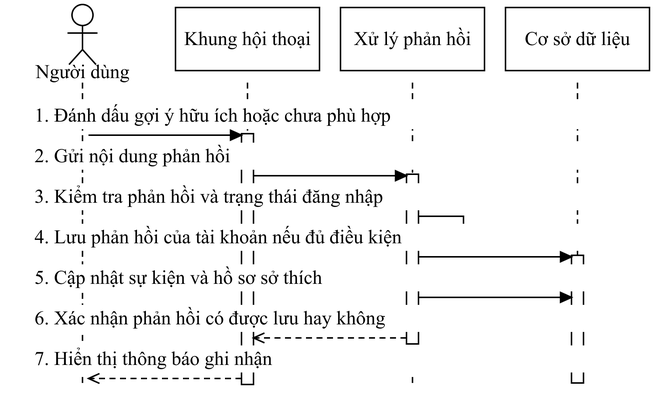
The draw.io diagram docs/do-an-LSOUL/So-do-LSOUL-rut-gon/anh-png/SEQ-24.png in Loccao102/BanHang, before a commit. Source tidied: cells renumbered, new cells last; positions are measured from the earlier drawing's top-left corner, leaving out a move shared by most shapes.
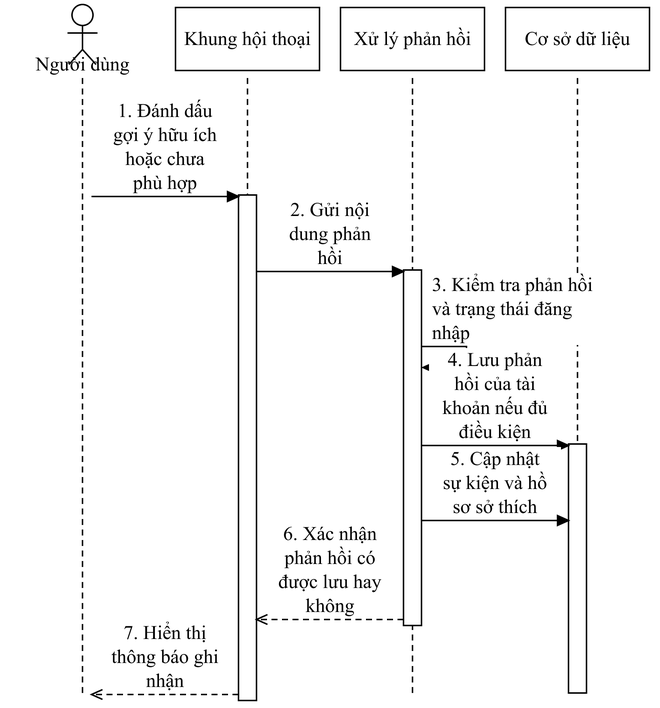
After the commit.

Change to the diagram source:
```diff
@@ -4,102 +4,102 @@
     <mxCell id="1" parent="0" />
     <mxCell id="2" style="fontFamily=Times New Roman;fontSize=13;fontColor=#000000;strokeColor=#000000;strokeWidth=1;fillColor=#FFFFFF;shadow=0;rounded=0;html=0;whiteSpace=wrap;spacing=5;endArrow=none;endFill=1;startArrow=none;dashed=1;dashPattern=4 3;" parent="1" edge="1">
       <mxGeometry relative="1" as="geometry">
-        <mxPoint x="48" y="52" as="sourcePoint" />
-        <mxPoint x="48" y="254" as="targetPoint" />
+        <mxPoint x="48" y="49" as="sourcePoint" />
+        <mxPoint x="48" y="461" as="targetPoint" />
       </mxGeometry>
     </mxCell>
     <mxCell id="3" style="fontFamily=Times New Roman;fontSize=13;fontColor=#000000;strokeColor=#000000;strokeWidth=1;fillColor=#FFFFFF;shadow=0;rounded=0;html=0;whiteSpace=wrap;spacing=5;endArrow=none;endFill=1;startArrow=none;dashed=1;dashPattern=4 3;" parent="1" edge="1">
       <mxGeometry relative="1" as="geometry">
-        <mxPoint x="158" y="52" as="sourcePoint" />
-        <mxPoint x="158" y="254" as="targetPoint" />
+        <mxPoint x="158" y="49" as="sourcePoint" />
+        <mxPoint x="158" y="461" as="targetPoint" />
       </mxGeometry>
     </mxCell>
     <mxCell id="4" style="fontFamily=Times New Roman;fontSize=13;fontColor=#000000;strokeColor=#000000;strokeWidth=1;fillColor=#FFFFFF;shadow=0;rounded=0;html=0;whiteSpace=wrap;spacing=5;endArrow=none;endFill=1;startArrow=none;dashed=1;dashPattern=4 3;" parent="1" edge="1">
       <mxGeometry relative="1" as="geometry">
-        <mxPoint x="268" y="52" as="sourcePoint" />
-        <mxPoint x="268" y="254" as="targetPoint" />
+        <mxPoint x="268" y="49" as="sourcePoint" />
+        <mxPoint x="268" y="461" as="targetPoint" />
       </mxGeometry>
     </mxCell>
     <mxCell id="5" style="fontFamily=Times New Roman;fontSize=13;fontColor=#000000;strokeColor=#000000;strokeWidth=1;fillColor=#FFFFFF;shadow=0;rounded=0;html=0;whiteSpace=wrap;spacing=5;endArrow=none;endFill=1;startArrow=none;dashed=1;dashPattern=4 3;" parent="1" edge="1">
       <mxGeometry relative="1" as="geometry">
-        <mxPoint x="378" y="52" as="sourcePoint" />
-        <mxPoint x="378" y="254" as="targetPoint" />
+        <mxPoint x="378" y="49" as="sourcePoint" />
+        <mxPoint x="378" y="461" as="targetPoint" />
       </mxGeometry>
     </mxCell>
     <mxCell id="6" style="fontFamily=Times New Roman;fontSize=13;fontColor=#000000;strokeColor=#000000;strokeWidth=1;fillColor=#FFFFFF;shadow=0;rounded=0;html=0;whiteSpace=wrap;spacing=5;align=center;verticalAlign=middle;" parent="1" vertex="1">
-      <mxGeometry x="264" y="113" width="8" height="113" as="geometry" />
+      <mxGeometry x="262" y="177" width="12" height="237" as="geometry" />
     </mxCell>
     <mxCell id="7" style="fontFamily=Times New Roman;fontSize=13;fontColor=#000000;strokeColor=#000000;strokeWidth=1;fillColor=#FFFFFF;shadow=0;rounded=0;html=0;whiteSpace=wrap;spacing=5;align=center;verticalAlign=middle;" parent="1" vertex="1">
-      <mxGeometry x="154" y="86" width="8" height="167" as="geometry" />
+      <mxGeometry x="152" y="127" width="12" height="337" as="geometry" />
     </mxCell>
     <mxCell id="8" style="fontFamily=Times New Roman;fontSize=13;fontColor=#000000;strokeColor=#000000;strokeWidth=1;fillColor=#FFFFFF;shadow=0;rounded=0;html=0;whiteSpace=wrap;spacing=5;align=center;verticalAlign=middle;" parent="1" vertex="1">
-      <mxGeometry x="374" y="167" width="8" height="85" as="geometry" />
+      <mxGeometry x="372" y="293" width="12" height="166" as="geometry" />
     </mxCell>
-    <mxCell id="9" value="1. Đánh dấu gợi ý hữu ích hoặc chưa phù hợp" style="fontFamily=Times New Roman;fontSize=13;fontColor=#000000;strokeColor=#000000;strokeWidth=1;fillColor=#FFFFFF;shadow=0;rounded=0;html=0;whiteSpace=wrap;spacing=5;text;strokeColor=none;fillColor=none;align=left;verticalAlign=middle;fillColor=#FFFFFF;" parent="1" vertex="1">
-      <mxGeometry x="11" y="65" width="404" height="18" as="geometry" />
+    <mxCell id="9" value="1. Đánh dấu&#10;gợi ý hữu ích&#10;hoặc chưa&#10;phù hợp" style="fontFamily=Times New Roman;fontSize=13;fontColor=#000000;strokeColor=#000000;strokeWidth=1;fillColor=#FFFFFF;shadow=0;rounded=0;html=0;whiteSpace=wrap;spacing=5;text;strokeColor=none;fillColor=none;align=center;verticalAlign=middle;fillColor=#FFFFFF;" parent="1" vertex="1">
+      <mxGeometry x="59" y="63" width="88" height="64" as="geometry" />
     </mxCell>
     <mxCell id="10" style="fontFamily=Times New Roman;fontSize=13;fontColor=#000000;strokeColor=#000000;strokeWidth=1;fillColor=#FFFFFF;shadow=0;rounded=0;html=0;whiteSpace=wrap;spacing=5;endArrow=block;endFill=1;startArrow=none;" parent="1" edge="1">
       <mxGeometry relative="1" as="geometry">
-        <mxPoint x="52" y="87" as="sourcePoint" />
-        <mxPoint x="154" y="87" as="targetPoint" />
+        <mxPoint x="54" y="128" as="sourcePoint" />
+        <mxPoint x="152" y="128" as="targetPoint" />
       </mxGeometry>
     </mxCell>
-    <mxCell id="11" value="2. Gửi nội dung phản hồi" style="fontFamily=Times New Roman;fontSize=13;fontColor=#000000;strokeColor=#000000;strokeWidth=1;fillColor=#FFFFFF;shadow=0;rounded=0;html=0;whiteSpace=wrap;spacing=5;text;strokeColor=none;fillColor=none;align=left;verticalAlign=middle;fillColor=#FFFFFF;" parent="1" vertex="1">
-      <mxGeometry x="11" y="92" width="404" height="18" as="geometry" />
+    <mxCell id="11" value="2. Gửi nội&#10;dung phản&#10;hồi" style="fontFamily=Times New Roman;fontSize=13;fontColor=#000000;strokeColor=#000000;strokeWidth=1;fillColor=#FFFFFF;shadow=0;rounded=0;html=0;whiteSpace=wrap;spacing=5;text;strokeColor=none;fillColor=none;align=center;verticalAlign=middle;fillColor=#FFFFFF;" parent="1" vertex="1">
+      <mxGeometry x="169" y="129" width="88" height="48" as="geometry" />
     </mxCell>
     <mxCell id="12" style="fontFamily=Times New Roman;fontSize=13;fontColor=#000000;strokeColor=#000000;strokeWidth=1;fillColor=#FFFFFF;shadow=0;rounded=0;html=0;whiteSpace=wrap;spacing=5;endArrow=block;endFill=1;startArrow=none;" parent="1" edge="1">
       <mxGeometry relative="1" as="geometry">
-        <mxPoint x="162" y="114" as="sourcePoint" />
-        <mxPoint x="264" y="114" as="targetPoint" />
+        <mxPoint x="164" y="178" as="sourcePoint" />
+        <mxPoint x="262" y="178" as="targetPoint" />
       </mxGeometry>
     </mxCell>
-    <mxCell id="13" value="3. Kiểm tra phản hồi và trạng thái đăng nhập" style="fontFamily=Times New Roman;fontSize=13;fontColor=#000000;strokeColor=#000000;strokeWidth=1;fillColor=#FFFFFF;shadow=0;rounded=0;html=0;whiteSpace=wrap;spacing=5;text;strokeColor=none;fillColor=none;align=left;verticalAlign=middle;fillColor=#FFFFFF;" parent="1" vertex="1">
-      <mxGeometry x="11" y="119" width="404" height="18" as="geometry" />
+    <mxCell id="13" value="3. Kiểm tra phản hồi&#10;và trạng thái đăng&#10;nhập" style="fontFamily=Times New Roman;fontSize=13;fontColor=#000000;strokeColor=#000000;strokeWidth=1;fillColor=#FFFFFF;shadow=0;rounded=0;html=0;whiteSpace=wrap;spacing=5;text;strokeColor=none;fillColor=none;align=left;verticalAlign=middle;fillColor=#FFFFFF;" parent="1" vertex="1">
+      <mxGeometry x="276" y="179" width="136" height="48" as="geometry" />
     </mxCell>
     <mxCell id="14" style="fontFamily=Times New Roman;fontSize=13;fontColor=#000000;strokeColor=#000000;strokeWidth=1;fillColor=#FFFFFF;shadow=0;rounded=0;html=0;whiteSpace=wrap;spacing=5;endArrow=block;endFill=1;startArrow=none;" parent="1" edge="1">
       <mxGeometry relative="1" as="geometry">
-        <mxPoint x="272" y="141" as="sourcePoint" />
-        <mxPoint x="273" y="153" as="targetPoint" />
+        <mxPoint x="274" y="228" as="sourcePoint" />
+        <mxPoint x="275" y="242" as="targetPoint" />
         <Array as="points">
-          <mxPoint x="302" y="141" />
-          <mxPoint x="302" y="153" />
+          <mxPoint x="304" y="228" />
+          <mxPoint x="304" y="242" />
         </Array>
       </mxGeometry>
     </mxCell>
-    <mxCell id="15" value="4. Lưu phản hồi của tài khoản nếu đủ điều kiện" style="fontFamily=Times New Roman;fontSize=13;fontColor=#000000;strokeColor=#000000;strokeWidth=1;fillColor=#FFFFFF;shadow=0;rounded=0;html=0;whiteSpace=wrap;spacing=5;text;strokeColor=none;fillColor=none;align=left;verticalAlign=middle;fillColor=#FFFFFF;" parent="1" vertex="1">
-      <mxGeometry x="11" y="146" width="404" height="18" as="geometry" />
+    <mxCell id="15" value="4. Lưu phản&#10;hồi của tài&#10;khoản nếu đủ&#10;điều kiện" style="fontFamily=Times New Roman;fontSize=13;fontColor=#000000;strokeColor=#000000;strokeWidth=1;fillColor=#FFFFFF;shadow=0;rounded=0;html=0;whiteSpace=wrap;spacing=5;text;strokeColor=none;fillColor=none;align=center;verticalAlign=middle;fillColor=#FFFFFF;" parent="1" vertex="1">
+      <mxGeometry x="279" y="229" width="88" height="64" as="geometry" />
     </mxCell>
     <mxCell id="16" style="fontFamily=Times New Roman;fontSize=13;fontColor=#000000;strokeColor=#000000;strokeWidth=1;fillColor=#FFFFFF;shadow=0;rounded=0;html=0;whiteSpace=wrap;spacing=5;endArrow=block;endFill=1;startArrow=none;" parent="1" edge="1">
       <mxGeometry relative="1" as="geometry">
-        <mxPoint x="272" y="168" as="sourcePoint" />
-        <mxPoint x="374" y="168" as="targetPoint" />
+        <mxPoint x="274" y="294" as="sourcePoint" />
+        <mxPoint x="372" y="294" as="targetPoint" />
       </mxGeometry>
     </mxCell>
-    <mxCell id="17" value="5. Cập nhật sự kiện và hồ sơ sở thích" style="fontFamily=Times New Roman;fontSize=13;fontColor=#000000;strokeColor=#000000;strokeWidth=1;fillColor=#FFFFFF;shadow=0;rounded=0;html=0;whiteSpace=wrap;spacing=5;text;strokeColor=none;fillColor=none;align=left;verticalAlign=middle;fillColor=#FFFFFF;" parent="1" vertex="1">
-      <mxGeometry x="11" y="173" width="404" height="18" as="geometry" />
+    <mxCell id="17" value="5. Cập nhật&#10;sự kiện và hồ&#10;sơ sở thích" style="fontFamily=Times New Roman;fontSize=13;fontColor=#000000;strokeColor=#000000;strokeWidth=1;fillColor=#FFFFFF;shadow=0;rounded=0;html=0;whiteSpace=wrap;spacing=5;text;strokeColor=none;fillColor=none;align=center;verticalAlign=middle;fillColor=#FFFFFF;" parent="1" vertex="1">
+      <mxGeometry x="279" y="295" width="88" height="48" as="geometry" />
     </mxCell>
     <mxCell id="18" style="fontFamily=Times New Roman;fontSize=13;fontColor=#000000;strokeColor=#000000;strokeWidth=1;fillColor=#FFFFFF;shadow=0;rounded=0;html=0;whiteSpace=wrap;spacing=5;endArrow=block;endFill=1;startArrow=none;" parent="1" edge="1">
       <mxGeometry relative="1" as="geometry">
-        <mxPoint x="272" y="195" as="sourcePoint" />
-        <mxPoint x="374" y="195" as="targetPoint" />
+        <mxPoint x="274" y="344" as="sourcePoint" />
+        <mxPoint x="372" y="344" as="targetPoint" />
       </mxGeometry>
     </mxCell>
-    <mxCell id="19" value="6. Xác nhận phản hồi có được lưu hay không" style="fontFamily=Times New Roman;fontSize=13;fontColor=#000000;strokeColor=#000000;strokeWidth=1;fillColor=#FFFFFF;shadow=0;rounded=0;html=0;whiteSpace=wrap;spacing=5;text;strokeColor=none;fillColor=none;align=left;verticalAlign=middle;fillColor=#FFFFFF;" parent="1" vertex="1">
-      <mxGeometry x="11" y="200" width="404" height="18" as="geometry" />
+    <mxCell id="19" value="6. Xác nhận&#10;phản hồi có&#10;được lưu hay&#10;không" style="fontFamily=Times New Roman;fontSize=13;fontColor=#000000;strokeColor=#000000;strokeWidth=1;fillColor=#FFFFFF;shadow=0;rounded=0;html=0;whiteSpace=wrap;spacing=5;text;strokeColor=none;fillColor=none;align=center;verticalAlign=middle;fillColor=#FFFFFF;" parent="1" vertex="1">
+      <mxGeometry x="169" y="345" width="88" height="64" as="geometry" />
     </mxCell>
     <mxCell id="20" style="fontFamily=Times New Roman;fontSize=13;fontColor=#000000;strokeColor=#000000;strokeWidth=1;fillColor=#FFFFFF;shadow=0;rounded=0;html=0;whiteSpace=wrap;spacing=5;endArrow=open;endFill=1;startArrow=none;dashed=1;dashPattern=4 3;" parent="1" edge="1">
       <mxGeometry relative="1" as="geometry">
-        <mxPoint x="264" y="222" as="sourcePoint" />
-        <mxPoint x="162" y="222" as="targetPoint" />
+        <mxPoint x="262" y="410" as="sourcePoint" />
+        <mxPoint x="164" y="410" as="targetPoint" />
       </mxGeometry>
     </mxCell>
-    <mxCell id="21" value="7. Hiển thị thông báo ghi nhận" style="fontFamily=Times New Roman;fontSize=13;fontColor=#000000;strokeColor=#000000;strokeWidth=1;fillColor=#FFFFFF;shadow=0;rounded=0;html=0;whiteSpace=wrap;spacing=5;text;strokeColor=none;fillColor=none;align=left;verticalAlign=middle;fillColor=#FFFFFF;" parent="1" vertex="1">
-      <mxGeometry x="11" y="227" width="404" height="18" as="geometry" />
+    <mxCell id="21" value="7. Hiển thị&#10;thông báo ghi&#10;nhận" style="fontFamily=Times New Roman;fontSize=13;fontColor=#000000;strokeColor=#000000;strokeWidth=1;fillColor=#FFFFFF;shadow=0;rounded=0;html=0;whiteSpace=wrap;spacing=5;text;strokeColor=none;fillColor=none;align=center;verticalAlign=middle;fillColor=#FFFFFF;" parent="1" vertex="1">
+      <mxGeometry x="59" y="411" width="88" height="48" as="geometry" />
     </mxCell>
     <mxCell id="22" style="fontFamily=Times New Roman;fontSize=13;fontColor=#000000;strokeColor=#000000;strokeWidth=1;fillColor=#FFFFFF;shadow=0;rounded=0;html=0;whiteSpace=wrap;spacing=5;endArrow=open;endFill=1;startArrow=none;dashed=1;dashPattern=4 3;" parent="1" edge="1">
       <mxGeometry relative="1" as="geometry">
-        <mxPoint x="154" y="249" as="sourcePoint" />
-        <mxPoint x="52" y="249" as="targetPoint" />
+        <mxPoint x="152" y="460" as="sourcePoint" />
+        <mxPoint x="54" y="460" as="targetPoint" />
       </mxGeometry>
     </mxCell>
     <mxCell id="23" style="fontFamily=Times New Roman;fontSize=13;fontColor=#000000;strokeColor=#000000;strokeWidth=1;fillColor=#FFFFFF;shadow=0;rounded=0;html=0;whiteSpace=wrap;spacing=5;ellipse;perimeter=ellipsePerimeter;align=center;verticalAlign=middle;" parent="1" vertex="1">
@@ -130,7 +130,7 @@
       </mxGeometry>
     </mxCell>
     <mxCell id="28" value="Người dùng" style="fontFamily=Times New Roman;fontSize=13;fontColor=#000000;strokeColor=#000000;strokeWidth=1;fillColor=#FFFFFF;shadow=0;rounded=0;html=0;whiteSpace=wrap;spacing=5;text;strokeColor=none;fillColor=none;align=center;verticalAlign=middle;" parent="1" vertex="1">
-      <mxGeometry y="37" width="96" height="16" as="geometry" />
+      <mxGeometry y="32" width="96" height="16" as="geometry" />
     </mxCell>
     <mxCell id="29" value="Khung hội thoại" style="fontFamily=Times New Roman;fontSize=13;fontColor=#000000;strokeColor=#000000;strokeWidth=1;fillColor=#FFFFFF;shadow=0;rounded=0;html=0;whiteSpace=wrap;spacing=5;align=center;verticalAlign=middle;" parent="1" vertex="1">
       <mxGeometry x="110" y="2" width="96" height="42" as="geometry" />
```
